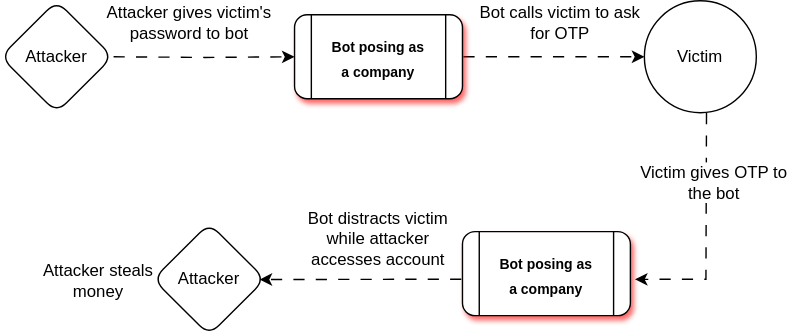
The draw.io diagram content/otp-bots/otp_bot_flow.svg in supertokens/blog, before a commit. Source tidied: cells renumbered, new cells last; positions are measured from the earlier drawing's top-left corner, leaving out a move shared by most shapes. Its diagram source:
```xml
<mxGraphModel>
  <root>
    <mxCell id="0" />
    <mxCell id="1" parent="0" />
    <mxCell id="2" value="Attacker" style="rhombus;whiteSpace=wrap;html=1;rounded=1;shadow=0;comic=0;shadowColor=#FF8000;" parent="1" vertex="1">
      <mxGeometry width="80" height="80" as="geometry" />
    </mxCell>
    <mxCell id="3" style="edgeStyle=orthogonalEdgeStyle;rounded=0;jettySize=auto;html=1;flowAnimation=1;flowAnimationDuration=1200;" parent="1" edge="1" source="4" target="6">
      <mxGeometry relative="1" as="geometry" />
    </mxCell>
    <mxCell id="4" style="shape=process;whiteSpace=wrap;html=1;backgroundOutline=1;rounded=1;glass=0;shadow=1;shadowColor=#FF0000;shadowOpacity=61;" parent="1" vertex="1">
      <mxGeometry x="210" y="10" width="120" height="60" as="geometry" />
    </mxCell>
    <mxCell id="5" value="&lt;font style=&quot;font-size: 10px;&quot;&gt;Bot posing as a company&lt;/font&gt;" style="text;html=1;align=center;verticalAlign=middle;whiteSpace=wrap;rounded=0;fontStyle=1;fontSize=15;" parent="1" vertex="1">
      <mxGeometry x="235" y="25" width="70" height="30" as="geometry" />
    </mxCell>
    <mxCell id="6" value="Victim" style="ellipse;whiteSpace=wrap;html=1;rounded=1;glass=0;shadow=0;shadowColor=#FF0000;shadowOpacity=61;" parent="1" vertex="1">
      <mxGeometry x="460" width="80" height="80" as="geometry" />
    </mxCell>
    <mxCell id="7" value="Attacker gives victim's password to bot" style="text;html=1;align=center;verticalAlign=middle;whiteSpace=wrap;rounded=0;fontSize=12;" parent="1" vertex="1">
      <mxGeometry x="75" y="1" width="120" height="30" as="geometry" />
    </mxCell>
    <mxCell id="8" value="Bot calls victim to ask for OTP" style="text;html=1;align=center;verticalAlign=middle;whiteSpace=wrap;rounded=0;fontSize=12;" parent="1" vertex="1">
      <mxGeometry x="340" y="1" width="120" height="30" as="geometry" />
    </mxCell>
    <mxCell id="9" style="shape=process;whiteSpace=wrap;html=1;backgroundOutline=1;rounded=1;glass=0;shadow=1;shadowColor=#FF0000;shadowOpacity=61;" parent="1" vertex="1">
      <mxGeometry x="330" y="165" width="120" height="60" as="geometry" />
    </mxCell>
    <mxCell id="10" value="&lt;font style=&quot;font-size: 10px;&quot;&gt;Bot posing as a company&lt;/font&gt;" style="text;html=1;align=center;verticalAlign=middle;whiteSpace=wrap;rounded=0;fontStyle=1;fontSize=15;" parent="1" vertex="1">
      <mxGeometry x="355" y="180" width="70" height="30" as="geometry" />
    </mxCell>
    <mxCell id="11" value="Attacker" style="rhombus;whiteSpace=wrap;html=1;rounded=1;shadow=0;comic=0;shadowColor=#FF8000;" parent="1" vertex="1">
      <mxGeometry x="109" y="159" width="80" height="80" as="geometry" />
    </mxCell>
    <mxCell id="12" style="endArrow=classic;html=1;rounded=0;exitX=0.555;exitY=0.994;exitDx=0;exitDy=0;exitPerimeter=0;entryX=1.027;entryY=0.568;entryDx=0;entryDy=0;entryPerimeter=0;flowAnimation=1;flowAnimationDuration=1200;" parent="1" edge="1" source="6" target="9">
      <mxGeometry relative="1" as="geometry">
        <Array as="points">
          <mxPoint x="504" y="199" />
        </Array>
      </mxGeometry>
    </mxCell>
    <mxCell id="13" style="endArrow=classic;html=1;rounded=0;entryX=0.95;entryY=0.503;entryDx=0;entryDy=0;exitX=-0.018;exitY=0.504;exitDx=0;exitDy=0;exitPerimeter=0;entryPerimeter=0;flowAnimation=1;flowAnimationDuration=1200;" parent="1" edge="1" target="11">
      <mxGeometry relative="1" as="geometry">
        <mxPoint x="329.8" y="198.9" as="sourcePoint" />
      </mxGeometry>
    </mxCell>
    <mxCell id="14" value="Victim gives OTP to the bot" style="text;html=1;align=center;verticalAlign=middle;whiteSpace=wrap;rounded=0;fontSize=12;labelBackgroundColor=default;" parent="1" vertex="1">
      <mxGeometry x="450" y="115" width="120" height="30" as="geometry" />
    </mxCell>
    <mxCell id="15" value="Bot distracts victim while attacker accesses account" style="text;html=1;align=center;verticalAlign=middle;whiteSpace=wrap;rounded=0;fontSize=12;" parent="1" vertex="1">
      <mxGeometry x="210" y="155" width="120" height="30" as="geometry" />
    </mxCell>
    <mxCell id="16" style="edgeStyle=orthogonalEdgeStyle;rounded=0;orthogonalLoop=1;jettySize=auto;html=1;exitX=0.5;exitY=1;exitDx=0;exitDy=0;" parent="1" edge="1" source="15" target="15">
      <mxGeometry relative="1" as="geometry" />
    </mxCell>
    <mxCell id="17" value="Attacker steals money" style="text;html=1;align=center;verticalAlign=middle;whiteSpace=wrap;rounded=0;fontSize=12;" parent="1" vertex="1">
      <mxGeometry x="10" y="185" width="120" height="30" as="geometry" />
    </mxCell>
    <mxCell id="18" style="edgeStyle=orthogonalEdgeStyle;rounded=0;jettySize=auto;html=1;entryX=0;entryY=0.5;entryDx=0;entryDy=0;strokeColor=default;flowAnimation=1;flowAnimationDuration=1200;" parent="1" edge="1" target="4">
      <mxGeometry relative="1" as="geometry">
        <mxPoint x="80" y="40" as="sourcePoint" />
      </mxGeometry>
    </mxCell>
  </root>
</mxGraphModel>
```
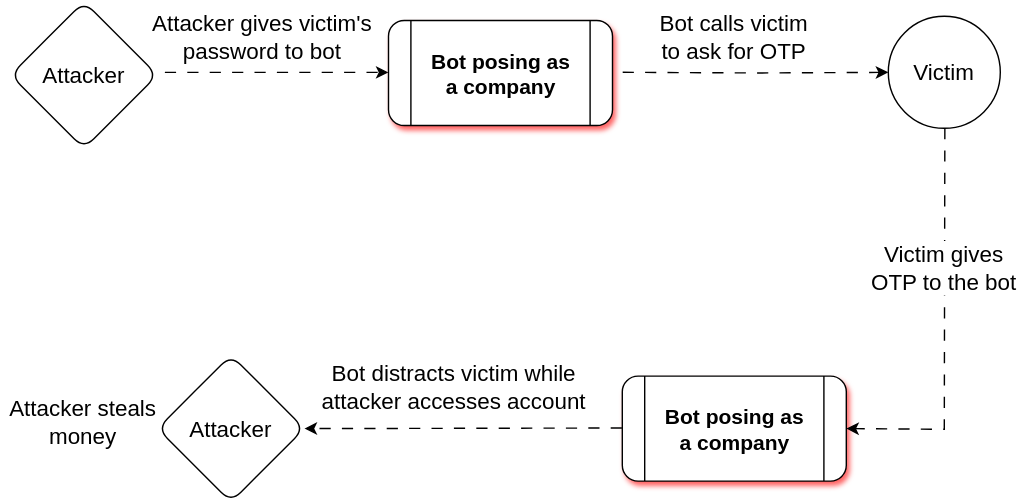
After the commit.

Commit message:
make graphic bigger

Diff of the diagram source:
```diff
@@ -2,64 +2,68 @@
   <root>
     <mxCell id="0" />
     <mxCell id="1" parent="0" />
-    <mxCell id="2" value="Attacker" style="rhombus;whiteSpace=wrap;html=1;rounded=1;shadow=0;comic=0;shadowColor=#FF8000;" parent="1" vertex="1">
-      <mxGeometry width="80" height="80" as="geometry" />
+    <mxCell id="2" value="Attacker" style="rhombus;whiteSpace=wrap;html=1;rounded=1;shadow=0;comic=0;shadowColor=#FF8000;fontSize=16;" parent="1" vertex="1">
+      <mxGeometry x="-7" y="-10.5" width="105" height="105" as="geometry" />
     </mxCell>
-    <mxCell id="3" style="edgeStyle=orthogonalEdgeStyle;rounded=0;jettySize=auto;html=1;flowAnimation=1;flowAnimationDuration=1200;" parent="1" edge="1" source="4" target="6">
-      <mxGeometry relative="1" as="geometry" />
+    <mxCell id="3" style="edgeStyle=orthogonalEdgeStyle;rounded=0;jettySize=auto;html=1;flowAnimation=1;flowAnimationDuration=1200;" parent="1" edge="1" target="6">
+      <mxGeometry relative="1" as="geometry">
+        <mxPoint x="430" y="40" as="sourcePoint" />
+      </mxGeometry>
     </mxCell>
-    <mxCell id="4" style="shape=process;whiteSpace=wrap;html=1;backgroundOutline=1;rounded=1;glass=0;shadow=1;shadowColor=#FF0000;shadowOpacity=61;" parent="1" vertex="1">
-      <mxGeometry x="210" y="10" width="120" height="60" as="geometry" />
-    </mxCell>
-    <mxCell id="5" value="&lt;font style=&quot;font-size: 10px;&quot;&gt;Bot posing as a company&lt;/font&gt;" style="text;html=1;align=center;verticalAlign=middle;whiteSpace=wrap;rounded=0;fontStyle=1;fontSize=15;" parent="1" vertex="1">
-      <mxGeometry x="235" y="25" width="70" height="30" as="geometry" />
-    </mxCell>
-    <mxCell id="6" value="Victim" style="ellipse;whiteSpace=wrap;html=1;rounded=1;glass=0;shadow=0;shadowColor=#FF0000;shadowOpacity=61;" parent="1" vertex="1">
-      <mxGeometry x="460" width="80" height="80" as="geometry" />
+    <mxCell id="6" value="Victim" style="ellipse;whiteSpace=wrap;html=1;rounded=1;glass=0;shadow=0;shadowColor=#FF0000;shadowOpacity=61;fontSize=16;" parent="1" vertex="1">
+      <mxGeometry x="620" width="80" height="80" as="geometry" />
     </mxCell>
-    <mxCell id="7" value="Attacker gives victim's password to bot" style="text;html=1;align=center;verticalAlign=middle;whiteSpace=wrap;rounded=0;fontSize=12;" parent="1" vertex="1">
-      <mxGeometry x="75" y="1" width="120" height="30" as="geometry" />
+    <mxCell id="7" value="Attacker gives victim's password to bot" style="text;html=1;align=center;verticalAlign=middle;whiteSpace=wrap;rounded=0;fontSize=16;" parent="1" vertex="1">
+      <mxGeometry x="83" width="180" height="30" as="geometry" />
     </mxCell>
-    <mxCell id="8" value="Bot calls victim to ask for OTP" style="text;html=1;align=center;verticalAlign=middle;whiteSpace=wrap;rounded=0;fontSize=12;" parent="1" vertex="1">
-      <mxGeometry x="340" y="1" width="120" height="30" as="geometry" />
+    <mxCell id="8" value="Bot calls victim to ask for OTP" style="text;html=1;align=center;verticalAlign=middle;whiteSpace=wrap;rounded=0;fontSize=16;" parent="1" vertex="1">
+      <mxGeometry x="450" width="120" height="30" as="geometry" />
     </mxCell>
     <mxCell id="9" style="shape=process;whiteSpace=wrap;html=1;backgroundOutline=1;rounded=1;glass=0;shadow=1;shadowColor=#FF0000;shadowOpacity=61;" parent="1" vertex="1">
-      <mxGeometry x="330" y="165" width="120" height="60" as="geometry" />
+      <mxGeometry x="430" y="257" width="160" height="75" as="geometry" />
     </mxCell>
-    <mxCell id="10" value="&lt;font style=&quot;font-size: 10px;&quot;&gt;Bot posing as a company&lt;/font&gt;" style="text;html=1;align=center;verticalAlign=middle;whiteSpace=wrap;rounded=0;fontStyle=1;fontSize=15;" parent="1" vertex="1">
-      <mxGeometry x="355" y="180" width="70" height="30" as="geometry" />
+    <mxCell id="10" value="&lt;font&gt;Bot posing as a company&lt;/font&gt;" style="text;html=1;align=center;verticalAlign=middle;whiteSpace=wrap;rounded=0;fontStyle=1;fontSize=15;" parent="1" vertex="1">
+      <mxGeometry x="457.5" y="279.5" width="105" height="30" as="geometry" />
     </mxCell>
-    <mxCell id="11" value="Attacker" style="rhombus;whiteSpace=wrap;html=1;rounded=1;shadow=0;comic=0;shadowColor=#FF8000;" parent="1" vertex="1">
-      <mxGeometry x="109" y="159" width="80" height="80" as="geometry" />
-    </mxCell>
-    <mxCell id="12" style="endArrow=classic;html=1;rounded=0;exitX=0.555;exitY=0.994;exitDx=0;exitDy=0;exitPerimeter=0;entryX=1.027;entryY=0.568;entryDx=0;entryDy=0;entryPerimeter=0;flowAnimation=1;flowAnimationDuration=1200;" parent="1" edge="1" source="6" target="9">
+    <mxCell id="12" style="endArrow=classic;html=1;rounded=0;exitX=0.555;exitY=0.994;exitDx=0;exitDy=0;exitPerimeter=0;entryX=1;entryY=0.5;entryDx=0;entryDy=0;flowAnimation=1;flowAnimationDuration=1200;" parent="1" edge="1" target="9">
       <mxGeometry relative="1" as="geometry">
+        <mxPoint x="660.4" y="79.5" as="sourcePoint" />
         <Array as="points">
-          <mxPoint x="504" y="199" />
+          <mxPoint x="660" y="295" />
         </Array>
       </mxGeometry>
     </mxCell>
-    <mxCell id="13" style="endArrow=classic;html=1;rounded=0;entryX=0.95;entryY=0.503;entryDx=0;entryDy=0;exitX=-0.018;exitY=0.504;exitDx=0;exitDy=0;exitPerimeter=0;entryPerimeter=0;flowAnimation=1;flowAnimationDuration=1200;" parent="1" edge="1" target="11">
+    <mxCell id="13" style="endArrow=classic;html=1;rounded=0;entryX=1;entryY=0.5;entryDx=0;entryDy=0;exitX=-0.018;exitY=0.504;exitDx=0;exitDy=0;exitPerimeter=0;flowAnimation=1;flowAnimationDuration=1200;" parent="1" edge="1" target="11">
       <mxGeometry relative="1" as="geometry">
-        <mxPoint x="329.8" y="198.9" as="sourcePoint" />
+        <mxPoint x="430" y="294.1" as="sourcePoint" />
       </mxGeometry>
     </mxCell>
-    <mxCell id="14" value="Victim gives OTP to the bot" style="text;html=1;align=center;verticalAlign=middle;whiteSpace=wrap;rounded=0;fontSize=12;labelBackgroundColor=default;" parent="1" vertex="1">
-      <mxGeometry x="450" y="115" width="120" height="30" as="geometry" />
+    <mxCell id="14" value="Victim gives OTP to the bot" style="text;html=1;align=center;verticalAlign=middle;whiteSpace=wrap;rounded=0;fontSize=16;labelBackgroundColor=default;" parent="1" vertex="1">
+      <mxGeometry x="600" y="165" width="120" height="30" as="geometry" />
     </mxCell>
-    <mxCell id="15" value="Bot distracts victim while attacker accesses account" style="text;html=1;align=center;verticalAlign=middle;whiteSpace=wrap;rounded=0;fontSize=12;" parent="1" vertex="1">
-      <mxGeometry x="210" y="155" width="120" height="30" as="geometry" />
+    <mxCell id="15" value="Bot distracts victim while attacker accesses account" style="text;html=1;align=center;verticalAlign=middle;whiteSpace=wrap;rounded=0;fontSize=16;" parent="1" vertex="1">
+      <mxGeometry x="210" y="249.5" width="200" height="30" as="geometry" />
     </mxCell>
     <mxCell id="16" style="edgeStyle=orthogonalEdgeStyle;rounded=0;orthogonalLoop=1;jettySize=auto;html=1;exitX=0.5;exitY=1;exitDx=0;exitDy=0;" parent="1" edge="1" source="15" target="15">
       <mxGeometry relative="1" as="geometry" />
     </mxCell>
-    <mxCell id="17" value="Attacker steals money" style="text;html=1;align=center;verticalAlign=middle;whiteSpace=wrap;rounded=0;fontSize=12;" parent="1" vertex="1">
-      <mxGeometry x="10" y="185" width="120" height="30" as="geometry" />
+    <mxCell id="17" value="Attacker steals money" style="text;html=1;align=center;verticalAlign=middle;whiteSpace=wrap;rounded=0;fontSize=16;" parent="1" vertex="1">
+      <mxGeometry x="-14.5" y="275" width="120" height="30" as="geometry" />
     </mxCell>
-    <mxCell id="18" style="edgeStyle=orthogonalEdgeStyle;rounded=0;jettySize=auto;html=1;entryX=0;entryY=0.5;entryDx=0;entryDy=0;strokeColor=default;flowAnimation=1;flowAnimationDuration=1200;" parent="1" edge="1" target="4">
+    <mxCell id="18" style="edgeStyle=orthogonalEdgeStyle;rounded=0;orthogonalLoop=1;jettySize=auto;html=1;strokeColor=default;flowAnimation=1;flowAnimationDuration=1200;" parent="1" edge="1">
       <mxGeometry relative="1" as="geometry">
-        <mxPoint x="80" y="40" as="sourcePoint" />
+        <mxPoint x="103" y="40.1" as="sourcePoint" />
+        <mxPoint x="263" y="40.1" as="targetPoint" />
       </mxGeometry>
     </mxCell>
+    <mxCell id="19" style="shape=process;whiteSpace=wrap;html=1;backgroundOutline=1;rounded=1;glass=0;shadow=1;shadowColor=#FF0000;shadowOpacity=61;" parent="1" vertex="1">
+      <mxGeometry x="263" y="3" width="160" height="75" as="geometry" />
+    </mxCell>
+    <mxCell id="5" value="&lt;font&gt;Bot posing as a company&lt;/font&gt;" style="text;html=1;align=center;verticalAlign=middle;whiteSpace=wrap;rounded=0;fontStyle=1;fontSize=15;" parent="1" vertex="1">
+      <mxGeometry x="290.5" y="25.5" width="105" height="30" as="geometry" />
+    </mxCell>
+    <mxCell id="11" value="Attacker" style="rhombus;whiteSpace=wrap;html=1;rounded=1;shadow=0;comic=0;shadowColor=#FF8000;fontSize=16;" parent="1" vertex="1">
+      <mxGeometry x="98" y="242" width="105" height="105" as="geometry" />
+    </mxCell>
   </root>
 </mxGraphModel>
```
